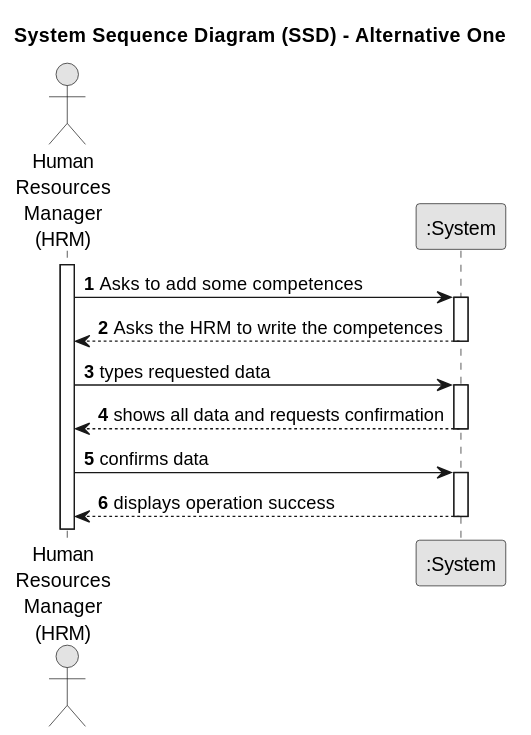
The PlantUML diagram docs/sprintA/us001/01.requirements-engineering/svg/us001-system-sequence-diagram-alternative-one.svg in diogoveirospro/lei-24-s2-1dg-g072, before a commit.
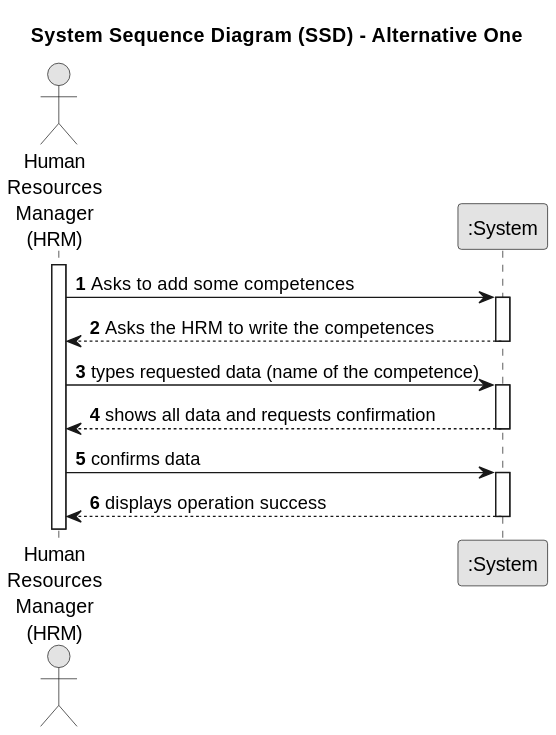
The same diagram one commit later.

Commit message:
US001- Finished the system requirements

The edit, as a diff of the source:
```diff
@@ -18,7 +18,7 @@
         System --> Employee : Asks the HRM to write the competences
     deactivate System
 
-    Employee -> System : types requested data
+    Employee -> System : types requested data (name of the competence)
     activate System
 
         System --> Employee : shows all data and requests confirmation
```
